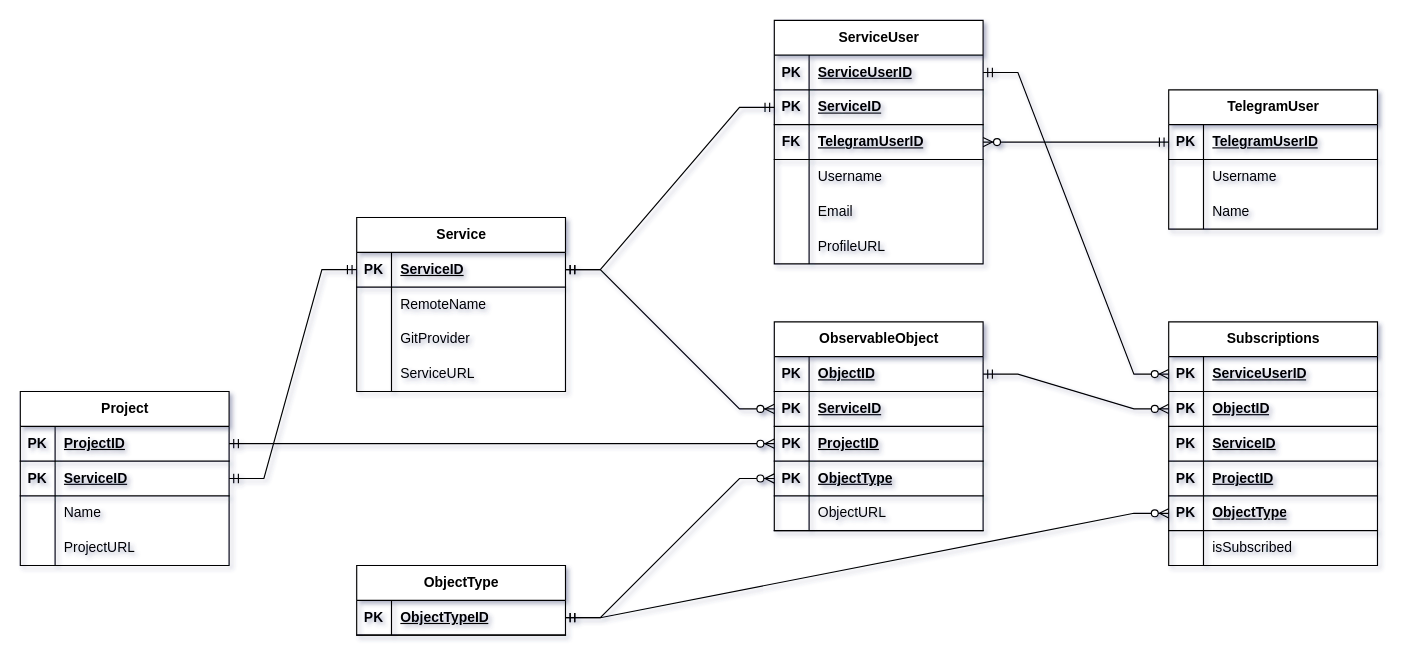
Before: artifacts/ER-diagram.drawio in mosoveru/blamebot, a draw.io diagram. Source tidied: cells renumbered, new cells numbered last; positions are measured from the earlier drawing's top-left corner, leaving out a move shared by most shapes. Both pictures are drawn from the tidied source at 116%, with x=0, y=0 at pixel (20, 20).
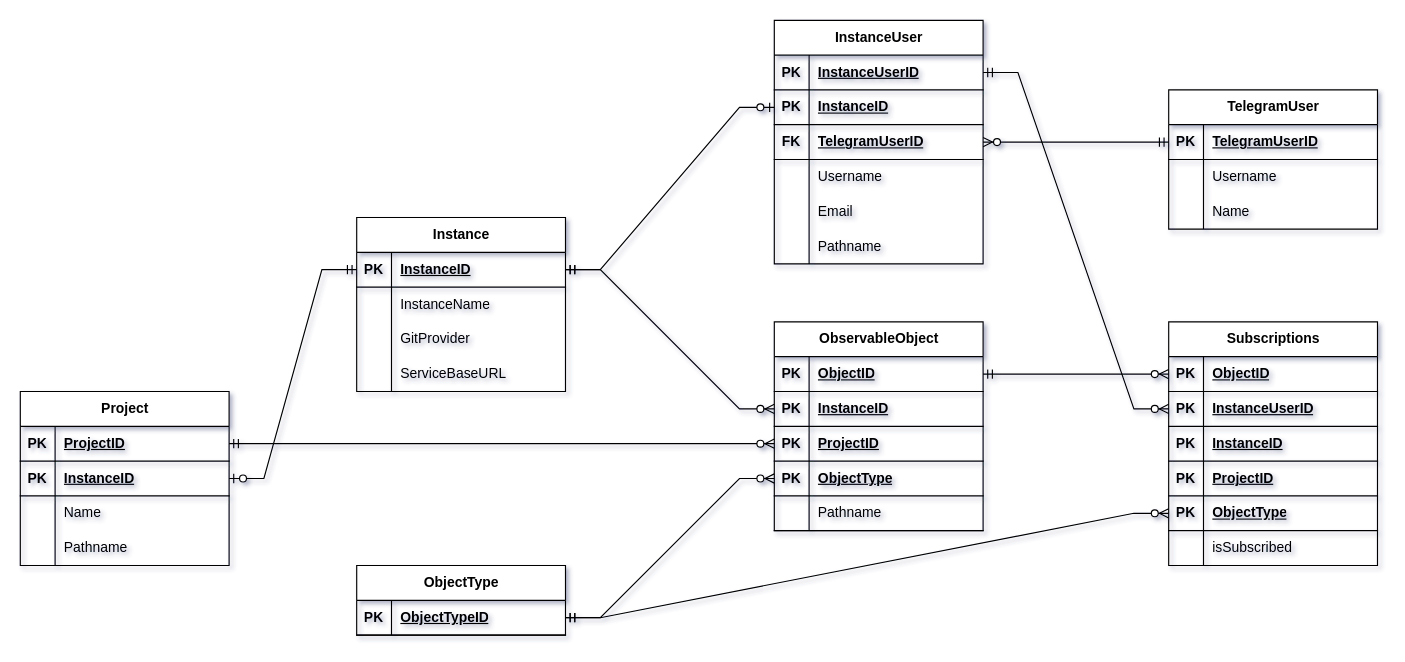
After the change.

Unchanged cells that the change refers to:
```xml
<mxCell id="3" style="shape=tableRow;horizontal=0;startSize=0;swimlaneHead=0;swimlaneBody=0;fillColor=none;points=[[0,0.5],[1,0.5]];portConstraint=eastwest;top=0;left=0;right=0;bottom=1;" parent="2" vertex="1">
  <mxGeometry y="30" width="180" height="30" as="geometry" />
</mxCell>
<mxCell id="6" style="shape=tableRow;horizontal=0;startSize=0;swimlaneHead=0;swimlaneBody=0;fillColor=none;top=0;left=0;right=0;bottom=0;" parent="2" vertex="1">
  <mxGeometry y="60" width="180" height="30" as="geometry" />
</mxCell>
<mxCell id="12" style="shape=tableRow;horizontal=0;startSize=0;swimlaneHead=0;swimlaneBody=0;fillColor=none;top=0;left=0;right=0;bottom=0;" parent="2" vertex="1">
  <mxGeometry y="120" width="180" height="30" as="geometry" />
</mxCell>
<mxCell id="29" style="shape=tableRow;horizontal=0;startSize=0;swimlaneHead=0;swimlaneBody=0;fillColor=none;points=[[0,0.5],[1,0.5]];portConstraint=eastwest;top=0;left=0;right=0;bottom=1;" parent="25" vertex="1">
  <mxGeometry y="60" width="180" height="30" as="geometry" />
</mxCell>
<mxCell id="38" style="shape=tableRow;horizontal=0;startSize=0;swimlaneHead=0;swimlaneBody=0;fillColor=none;top=0;left=0;right=0;bottom=1;" parent="25" vertex="1">
  <mxGeometry y="150" width="180" height="30" as="geometry" />
</mxCell>
<mxCell id="45" style="shape=tableRow;horizontal=0;startSize=0;swimlaneHead=0;swimlaneBody=0;fillColor=none;points=[[0,0.5],[1,0.5]];portConstraint=eastwest;top=0;left=0;right=0;bottom=1;" parent="41" vertex="1">
  <mxGeometry y="60" width="180" height="30" as="geometry" />
</mxCell>
<mxCell id="51" style="shape=tableRow;horizontal=0;startSize=0;swimlaneHead=0;swimlaneBody=0;fillColor=none;top=0;left=0;right=0;bottom=0;" parent="41" vertex="1">
  <mxGeometry y="120" width="180" height="30" as="geometry" />
</mxCell>
<mxCell id="56" value="Subscriptions" style="shape=table;startSize=30;childLayout=tableLayout;rowLines=0;fontStyle=1;align=center;html=1;" parent="1" vertex="1">
  <mxGeometry x="990" y="260" width="180" height="210" as="geometry" />
</mxCell>
<mxCell id="63" style="shape=tableRow;horizontal=0;startSize=0;swimlaneHead=0;swimlaneBody=0;fillColor=none;top=0;left=0;right=0;bottom=1;" parent="56" vertex="1">
  <mxGeometry y="90" width="180" height="30" as="geometry" />
</mxCell>
<mxCell id="78" style="shape=tableRow;horizontal=0;startSize=0;swimlaneHead=0;swimlaneBody=0;fillColor=none;points=[[0,0.5],[1,0.5]];portConstraint=eastwest;top=0;left=0;right=0;bottom=1;" parent="77" vertex="1">
  <mxGeometry y="30" width="180" height="30" as="geometry" />
</mxCell>
<mxCell id="81" style="shape=tableRow;horizontal=0;startSize=0;swimlaneHead=0;swimlaneBody=0;fillColor=none;points=[[0,0.5],[1,0.5]];portConstraint=eastwest;top=0;left=0;right=0;bottom=1;" parent="77" vertex="1">
  <mxGeometry y="60" width="180" height="30" as="geometry" />
</mxCell>
<mxCell id="93" style="shape=tableRow;horizontal=0;startSize=0;swimlaneHead=0;swimlaneBody=0;fillColor=none;top=0;left=0;right=0;bottom=0;" parent="77" vertex="1">
  <mxGeometry y="180" width="180" height="30" as="geometry" />
</mxCell>
```

Diff of the diagram source:
```diff
@@
-    <mxCell id="2" value="Service" style="shape=table;startSize=30;childLayout=tableLayout;rowLines=0;fontStyle=1;align=center;html=1;" parent="1" vertex="1">
+    <mxCell id="2" value="Instance" style="shape=table;startSize=30;childLayout=tableLayout;rowLines=0;fontStyle=1;align=center;html=1;" parent="1" vertex="1">
       <mxGeometry x="290" y="170" width="180" height="150" as="geometry" />
     </mxCell>
@@
-    <mxCell id="5" value="ServiceID" style="shape=partialRectangle;fillColor=none;top=0;left=0;bottom=0;right=0;align=left;spacingLeft=6;fontStyle=5;overflow=hidden;whiteSpace=wrap;html=1;" parent="3" vertex="1">
+    <mxCell id="5" value="InstanceID" style="shape=partialRectangle;fillColor=none;top=0;left=0;bottom=0;right=0;align=left;spacingLeft=6;fontStyle=5;overflow=hidden;whiteSpace=wrap;html=1;" parent="3" vertex="1">
       <mxGeometry x="30" width="150" height="30" as="geometry" />
     </mxCell>
@@
-    <mxCell id="8" value="RemoteName" style="shape=partialRectangle;fillColor=none;top=0;left=0;bottom=0;right=0;align=left;spacingLeft=6;overflow=hidden;whiteSpace=wrap;html=1;" parent="6" vertex="1">
+    <mxCell id="8" value="InstanceName" style="shape=partialRectangle;fillColor=none;top=0;left=0;bottom=0;right=0;align=left;spacingLeft=6;overflow=hidden;whiteSpace=wrap;html=1;" parent="6" vertex="1">
       <mxGeometry x="30" width="150" height="30" as="geometry" />
     </mxCell>
@@
-    <mxCell id="14" value="ServiceURL" style="shape=partialRectangle;fillColor=none;top=0;left=0;bottom=0;right=0;align=left;spacingLeft=6;overflow=hidden;whiteSpace=wrap;html=1;" parent="12" vertex="1">
+    <mxCell id="14" value="ServiceBaseURL" style="shape=partialRectangle;fillColor=none;top=0;left=0;bottom=0;right=0;align=left;spacingLeft=6;overflow=hidden;whiteSpace=wrap;html=1;" parent="12" vertex="1">
       <mxGeometry x="30" width="150" height="30" as="geometry" />
     </mxCell>
@@
-    <mxCell id="31" value="ServiceID" style="shape=partialRectangle;fillColor=none;top=0;left=0;bottom=0;right=0;align=left;spacingLeft=6;fontStyle=5;overflow=hidden;whiteSpace=wrap;html=1;" parent="29" vertex="1">
+    <mxCell id="31" value="InstanceID" style="shape=partialRectangle;fillColor=none;top=0;left=0;bottom=0;right=0;align=left;spacingLeft=6;fontStyle=5;overflow=hidden;whiteSpace=wrap;html=1;" parent="29" vertex="1">
       <mxGeometry x="30" width="150" height="30" as="geometry" />
     </mxCell>
@@
-    <mxCell id="40" value="&lt;span style=&quot;&quot;&gt;ObjectURL&lt;/span&gt;" style="shape=partialRectangle;fillColor=none;top=0;left=0;bottom=0;right=0;align=left;spacingLeft=6;fontStyle=0;overflow=hidden;whiteSpace=wrap;html=1;" parent="38" vertex="1">
+    <mxCell id="40" value="Pathname" style="shape=partialRectangle;fillColor=none;top=0;left=0;bottom=0;right=0;align=left;spacingLeft=6;fontStyle=0;overflow=hidden;whiteSpace=wrap;html=1;" parent="38" vertex="1">
       <mxGeometry x="30" width="150" height="30" as="geometry" />
     </mxCell>
@@
-    <mxCell id="47" value="ServiceID" style="shape=partialRectangle;fillColor=none;top=0;left=0;bottom=0;right=0;align=left;spacingLeft=6;fontStyle=5;overflow=hidden;whiteSpace=wrap;html=1;" parent="45" vertex="1">
+    <mxCell id="47" value="InstanceID" style="shape=partialRectangle;fillColor=none;top=0;left=0;bottom=0;right=0;align=left;spacingLeft=6;fontStyle=5;overflow=hidden;whiteSpace=wrap;html=1;" parent="45" vertex="1">
       <mxGeometry x="30" width="150" height="30" as="geometry" />
     </mxCell>
@@
-    <mxCell id="53" value="ProjectURL" style="shape=partialRectangle;fillColor=none;top=0;left=0;bottom=0;right=0;align=left;spacingLeft=6;overflow=hidden;whiteSpace=wrap;html=1;" parent="51" vertex="1">
+    <mxCell id="53" value="Pathname" style="shape=partialRectangle;fillColor=none;top=0;left=0;bottom=0;right=0;align=left;spacingLeft=6;overflow=hidden;whiteSpace=wrap;html=1;" parent="51" vertex="1">
       <mxGeometry x="30" width="150" height="30" as="geometry" />
     </mxCell>
@@
+    <mxCell id="60" style="shape=tableRow;horizontal=0;startSize=0;swimlaneHead=0;swimlaneBody=0;fillColor=none;points=[[0,0.5],[1,0.5]];portConstraint=eastwest;top=0;left=0;right=0;bottom=1;" parent="56" vertex="1">
+      <mxGeometry y="30" width="180" height="30" as="geometry" />
+    </mxCell>
+    <mxCell id="61" value="PK" style="shape=partialRectangle;fillColor=none;top=0;left=0;bottom=0;right=0;fontStyle=1;overflow=hidden;whiteSpace=wrap;html=1;" parent="60" vertex="1">
+      <mxGeometry width="30" height="30" as="geometry" />
+    </mxCell>
+    <mxCell id="62" value="ObjectID" style="shape=partialRectangle;fillColor=none;top=0;left=0;bottom=0;right=0;align=left;spacingLeft=6;fontStyle=5;overflow=hidden;whiteSpace=wrap;html=1;" parent="60" vertex="1">
+      <mxGeometry x="30" width="150" height="30" as="geometry" />
+    </mxCell>
     <mxCell id="57" style="shape=tableRow;horizontal=0;startSize=0;swimlaneHead=0;swimlaneBody=0;fillColor=none;points=[[0,0.5],[1,0.5]];portConstraint=eastwest;top=0;left=0;right=0;bottom=1;" parent="56" vertex="1">
-      <mxGeometry y="30" width="180" height="30" as="geometry" />
+      <mxGeometry y="60" width="180" height="30" as="geometry" />
     </mxCell>
@@
-    <mxCell id="59" value="ServiceUserID" style="shape=partialRectangle;fillColor=none;top=0;left=0;bottom=0;right=0;align=left;spacingLeft=6;fontStyle=5;overflow=hidden;whiteSpace=wrap;html=1;" parent="57" vertex="1">
+    <mxCell id="59" value="InstanceUserID" style="shape=partialRectangle;fillColor=none;top=0;left=0;bottom=0;right=0;align=left;spacingLeft=6;fontStyle=5;overflow=hidden;whiteSpace=wrap;html=1;" parent="57" vertex="1">
       <mxGeometry x="30" width="150" height="30" as="geometry" />
     </mxCell>
-    <mxCell id="60" style="shape=tableRow;horizontal=0;startSize=0;swimlaneHead=0;swimlaneBody=0;fillColor=none;points=[[0,0.5],[1,0.5]];portConstraint=eastwest;top=0;left=0;right=0;bottom=1;" parent="56" vertex="1">
-      <mxGeometry y="60" width="180" height="30" as="geometry" />
-    </mxCell>
-    <mxCell id="61" value="PK" style="shape=partialRectangle;fillColor=none;top=0;left=0;bottom=0;right=0;fontStyle=1;overflow=hidden;whiteSpace=wrap;html=1;" parent="60" vertex="1">
-      <mxGeometry width="30" height="30" as="geometry" />
-    </mxCell>
-    <mxCell id="62" value="ObjectID" style="shape=partialRectangle;fillColor=none;top=0;left=0;bottom=0;right=0;align=left;spacingLeft=6;fontStyle=5;overflow=hidden;whiteSpace=wrap;html=1;" parent="60" vertex="1">
-      <mxGeometry x="30" width="150" height="30" as="geometry" />
-    </mxCell>
@@
-    <mxCell id="65" value="ServiceID" style="shape=partialRectangle;fillColor=none;top=0;left=0;bottom=0;right=0;align=left;spacingLeft=6;fontStyle=5;overflow=hidden;whiteSpace=wrap;html=1;" parent="63" vertex="1">
+    <mxCell id="65" value="InstanceID" style="shape=partialRectangle;fillColor=none;top=0;left=0;bottom=0;right=0;align=left;spacingLeft=6;fontStyle=5;overflow=hidden;whiteSpace=wrap;html=1;" parent="63" vertex="1">
       <mxGeometry x="30" width="150" height="30" as="geometry" />
     </mxCell>
@@
-    <mxCell id="76" style="edgeStyle=entityRelationEdgeStyle;fontSize=12;html=1;endArrow=ERmandOne;startArrow=ERmandOne;rounded=0;entryX=0;entryY=0.5;entryDx=0;entryDy=0;exitX=1;exitY=0.5;exitDx=0;exitDy=0;" parent="1" edge="1" source="45" target="3">
-      <mxGeometry relative="1" as="geometry" />
-    </mxCell>
-    <mxCell id="77" value="ServiceUser" style="shape=table;startSize=30;childLayout=tableLayout;rowLines=0;fontStyle=1;align=center;html=1;" parent="1" vertex="1">
+    <mxCell id="77" value="InstanceUser" style="shape=table;startSize=30;childLayout=tableLayout;rowLines=0;fontStyle=1;align=center;html=1;" parent="1" vertex="1">
       <mxGeometry x="650" width="180" height="210" as="geometry" />
     </mxCell>
@@
-    <mxCell id="80" value="ServiceUserID" style="shape=partialRectangle;fillColor=none;top=0;left=0;bottom=0;right=0;align=left;spacingLeft=6;fontStyle=5;overflow=hidden;whiteSpace=wrap;html=1;" parent="78" vertex="1">
+    <mxCell id="80" value="InstanceUserID" style="shape=partialRectangle;fillColor=none;top=0;left=0;bottom=0;right=0;align=left;spacingLeft=6;fontStyle=5;overflow=hidden;whiteSpace=wrap;html=1;" parent="78" vertex="1">
       <mxGeometry x="30" width="150" height="30" as="geometry" />
     </mxCell>
@@
-    <mxCell id="83" value="ServiceID" style="shape=partialRectangle;fillColor=none;top=0;left=0;bottom=0;right=0;align=left;spacingLeft=6;fontStyle=5;overflow=hidden;whiteSpace=wrap;html=1;" parent="81" vertex="1">
+    <mxCell id="83" value="InstanceID" style="shape=partialRectangle;fillColor=none;top=0;left=0;bottom=0;right=0;align=left;spacingLeft=6;fontStyle=5;overflow=hidden;whiteSpace=wrap;html=1;" parent="81" vertex="1">
       <mxGeometry x="30" width="150" height="30" as="geometry" />
     </mxCell>
@@
-    <mxCell id="95" value="ProfileURL" style="shape=partialRectangle;fillColor=none;top=0;left=0;bottom=0;right=0;align=left;spacingLeft=6;overflow=hidden;whiteSpace=wrap;html=1;" parent="93" vertex="1">
+    <mxCell id="95" value="Pathname" style="shape=partialRectangle;fillColor=none;top=0;left=0;bottom=0;right=0;align=left;spacingLeft=6;overflow=hidden;whiteSpace=wrap;html=1;" parent="93" vertex="1">
       <mxGeometry x="30" width="150" height="30" as="geometry" />
     </mxCell>
@@
-    <mxCell id="97" style="edgeStyle=entityRelationEdgeStyle;fontSize=12;html=1;endArrow=ERmandOne;startArrow=ERmandOne;rounded=0;entryX=0;entryY=0.5;entryDx=0;entryDy=0;exitX=1;exitY=0.5;exitDx=0;exitDy=0;" parent="1" edge="1" source="3" target="81">
-      <mxGeometry relative="1" as="geometry" />
-    </mxCell>
@@
+    <mxCell id="97" style="edgeStyle=entityRelationEdgeStyle;fontSize=12;html=1;endArrow=ERzeroToOne;startArrow=ERmandOne;rounded=0;entryX=0;entryY=0.5;entryDx=0;entryDy=0;exitX=1;exitY=0.5;exitDx=0;exitDy=0;" parent="1" edge="1" source="3" target="81">
+      <mxGeometry relative="1" as="geometry" />
+    </mxCell>
+    <mxCell id="105" style="edgeStyle=entityRelationEdgeStyle;fontSize=12;html=1;endArrow=ERzeroToOne;startArrow=ERmandOne;rounded=0;entryX=1;entryY=0.5;entryDx=0;entryDy=0;exitX=0;exitY=0.5;exitDx=0;exitDy=0;" parent="1" edge="1" source="3" target="45">
+      <mxGeometry relative="1" as="geometry" />
+    </mxCell>
```
